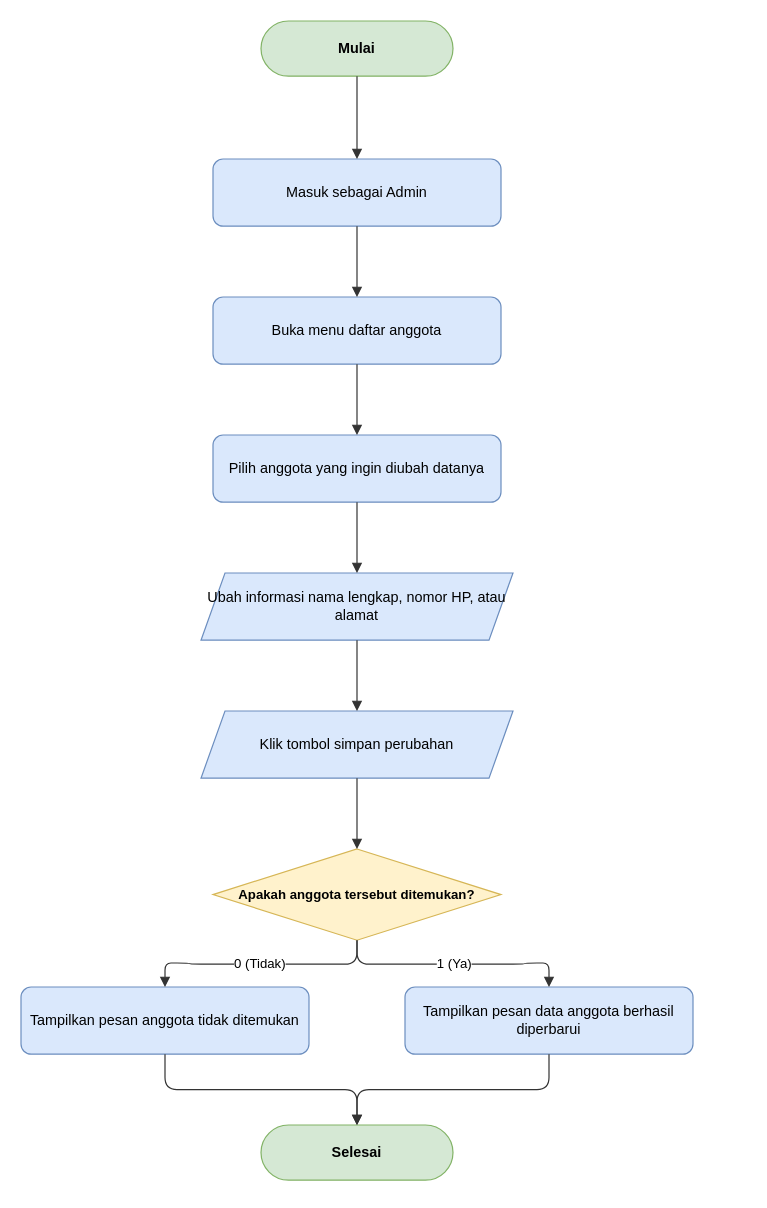
Above: docs/diagrams/flowchart/flowchart-updateuser.drawio in dimstyle/ruang-baca (draw.io), before the change. Source tidied: cells renumbered, new cells numbered last; positions are measured from the earlier drawing's top-left corner, leaving out a move shared by most shapes. Both pictures are drawn from the tidied source at 120%, with x=0, y=0 at pixel (20, 20).
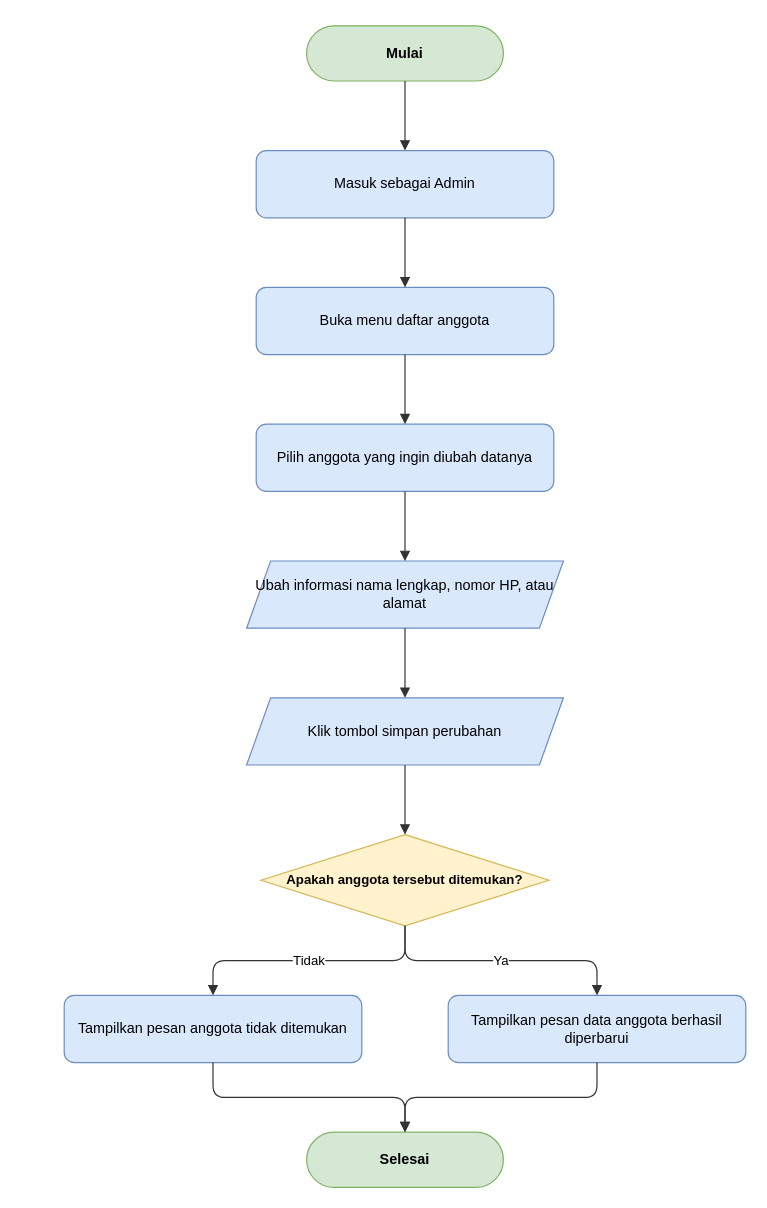
The same page after the edit.

Change to the diagram source:
```diff
@@
     <mxCell id="2" value="Mulai" style="rounded=1;whiteSpace=wrap;html=1;arcSize=50;fillColor=#d5e8d4;strokeColor=#82b366;fontStyle=1;fontSize=12;" parent="1" vertex="1">
-      <mxGeometry x="200" width="160" height="46" as="geometry" />
+      <mxGeometry x="238" y="4" width="164" height="46" as="geometry" />
     </mxCell>
     <mxCell id="3" value="Masuk sebagai Admin" style="rounded=1;whiteSpace=wrap;html=1;fillColor=#dae8fc;strokeColor=#6c8ebf;fontSize=12;" parent="1" vertex="1">
-      <mxGeometry x="160" y="115" width="240" height="56" as="geometry" />
+      <mxGeometry x="196" y="108" width="248" height="56" as="geometry" />
     </mxCell>
     <mxCell id="4" value="Buka menu daftar anggota" style="rounded=1;whiteSpace=wrap;html=1;fillColor=#dae8fc;strokeColor=#6c8ebf;fontSize=12;" parent="1" vertex="1">
-      <mxGeometry x="160" y="230" width="240" height="56" as="geometry" />
+      <mxGeometry x="196" y="222" width="248" height="56" as="geometry" />
     </mxCell>
     <mxCell id="5" value="Pilih anggota yang ingin diubah datanya" style="rounded=1;whiteSpace=wrap;html=1;fillColor=#dae8fc;strokeColor=#6c8ebf;fontSize=12;" parent="1" vertex="1">
-      <mxGeometry x="160" y="345" width="240" height="56" as="geometry" />
+      <mxGeometry x="196" y="336" width="248" height="56" as="geometry" />
     </mxCell>
     <mxCell id="6" value="Ubah informasi nama lengkap, nomor HP, atau alamat" style="shape=parallelogram;perimeter=parallelogramPerimeter;whiteSpace=wrap;html=1;fixedSize=1;fillColor=#dae8fc;strokeColor=#6c8ebf;fontSize=12;" parent="1" vertex="1">
-      <mxGeometry x="150" y="460" width="260" height="56" as="geometry" />
+      <mxGeometry x="188" y="450" width="264" height="56" as="geometry" />
     </mxCell>
     <mxCell id="7" value="Klik tombol simpan perubahan" style="shape=parallelogram;perimeter=parallelogramPerimeter;whiteSpace=wrap;html=1;fixedSize=1;fillColor=#dae8fc;strokeColor=#6c8ebf;fontSize=12;" parent="1" vertex="1">
-      <mxGeometry x="150" y="575" width="260" height="56" as="geometry" />
+      <mxGeometry x="188" y="564" width="264" height="56" as="geometry" />
     </mxCell>
     <mxCell id="8" value="Apakah anggota tersebut ditemukan?" style="rhombus;whiteSpace=wrap;html=1;fillColor=#fff2cc;strokeColor=#d6b656;fontStyle=1;fontSize=11;" parent="1" vertex="1">
-      <mxGeometry x="160" y="690" width="240" height="76" as="geometry" />
+      <mxGeometry x="200" y="678" width="240" height="76" as="geometry" />
     </mxCell>
     <mxCell id="9" value="Tampilkan pesan anggota tidak ditemukan" style="rounded=1;whiteSpace=wrap;html=1;fillColor=#dae8fc;strokeColor=#6c8ebf;fontSize=12;" parent="1" vertex="1">
-      <mxGeometry y="805" width="240" height="56" as="geometry" />
+      <mxGeometry x="36" y="812" width="248" height="56" as="geometry" />
     </mxCell>
     <mxCell id="10" value="Tampilkan pesan data anggota berhasil diperbarui" style="rounded=1;whiteSpace=wrap;html=1;fillColor=#dae8fc;strokeColor=#6c8ebf;fontSize=12;" parent="1" vertex="1">
-      <mxGeometry x="320" y="805" width="240" height="56" as="geometry" />
+      <mxGeometry x="356" y="812" width="248" height="56" as="geometry" />
     </mxCell>
     <mxCell id="11" value="Selesai" style="rounded=1;whiteSpace=wrap;html=1;arcSize=50;fillColor=#d5e8d4;strokeColor=#82b366;fontStyle=1;fontSize=12;" parent="1" vertex="1">
-      <mxGeometry x="200" y="920" width="160" height="46" as="geometry" />
+      <mxGeometry x="238" y="926" width="164" height="46" as="geometry" />
     </mxCell>
@@
-    <mxCell id="18" value="0 (Tidak)" style="edgeStyle=orthogonalEdgeStyle;rounded=1;jettySize=auto;html=1;endArrow=block;endFill=1;strokeColor=#333333;fontSize=11;labelBackgroundColor=#ffffff;" parent="1" edge="1" source="8" target="9">
+    <mxCell id="18" value="Tidak" style="edgeStyle=orthogonalEdgeStyle;rounded=1;jettySize=auto;html=1;endArrow=block;endFill=1;strokeColor=#333333;fontSize=11;labelBackgroundColor=#ffffff;" parent="1" edge="1" source="8" target="9">
       <mxGeometry relative="1" as="geometry" />
     </mxCell>
@@
-    <mxCell id="20" value="1 (Ya)" style="edgeStyle=orthogonalEdgeStyle;rounded=1;jettySize=auto;html=1;endArrow=block;endFill=1;strokeColor=#333333;fontSize=11;labelBackgroundColor=#ffffff;" parent="1" edge="1" source="8" target="10">
+    <mxCell id="20" value="Ya" style="edgeStyle=orthogonalEdgeStyle;rounded=1;jettySize=auto;html=1;endArrow=block;endFill=1;strokeColor=#333333;fontSize=11;labelBackgroundColor=#ffffff;" parent="1" edge="1" source="8" target="10">
       <mxGeometry relative="1" as="geometry" />
     </mxCell>
```
